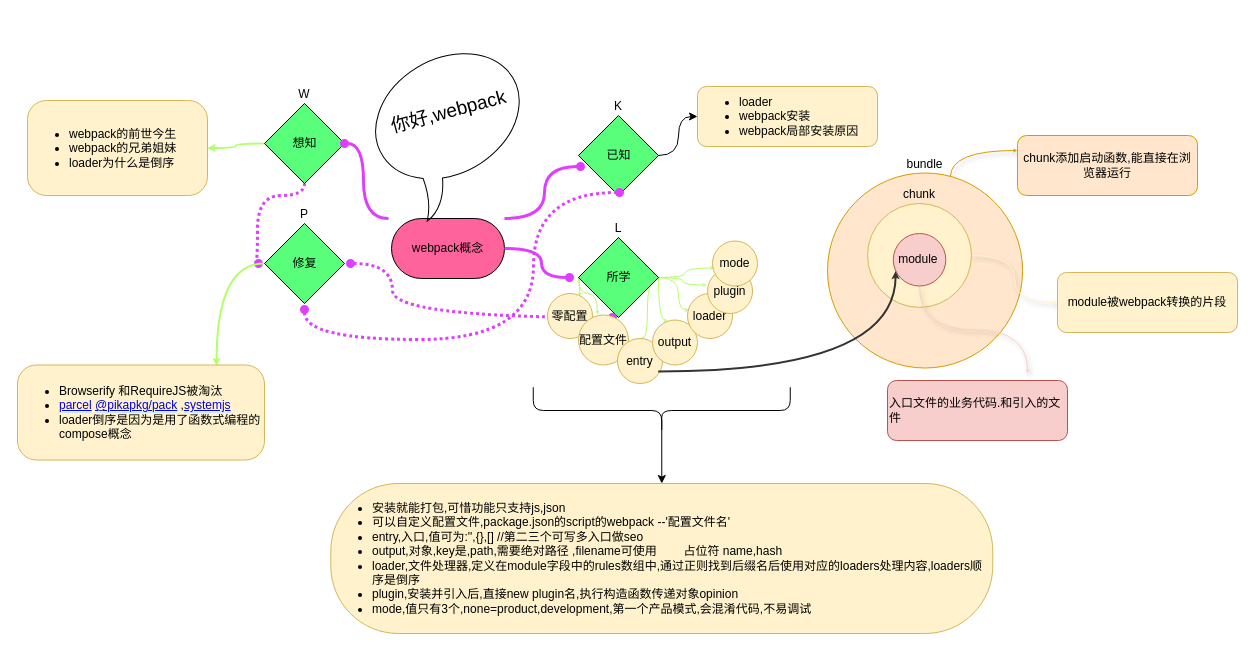
This is webpack核心概念梳理.drawio from cool-delete/-, a draw.io file, before an edit. Source tidied: cells renumbered, new cells numbered last; positions are measured from the earlier drawing's top-left corner, leaving out a move shared by most shapes. Both pictures are drawn from the tidied source at 100%, with x=0, y=0 at pixel (17, 50).
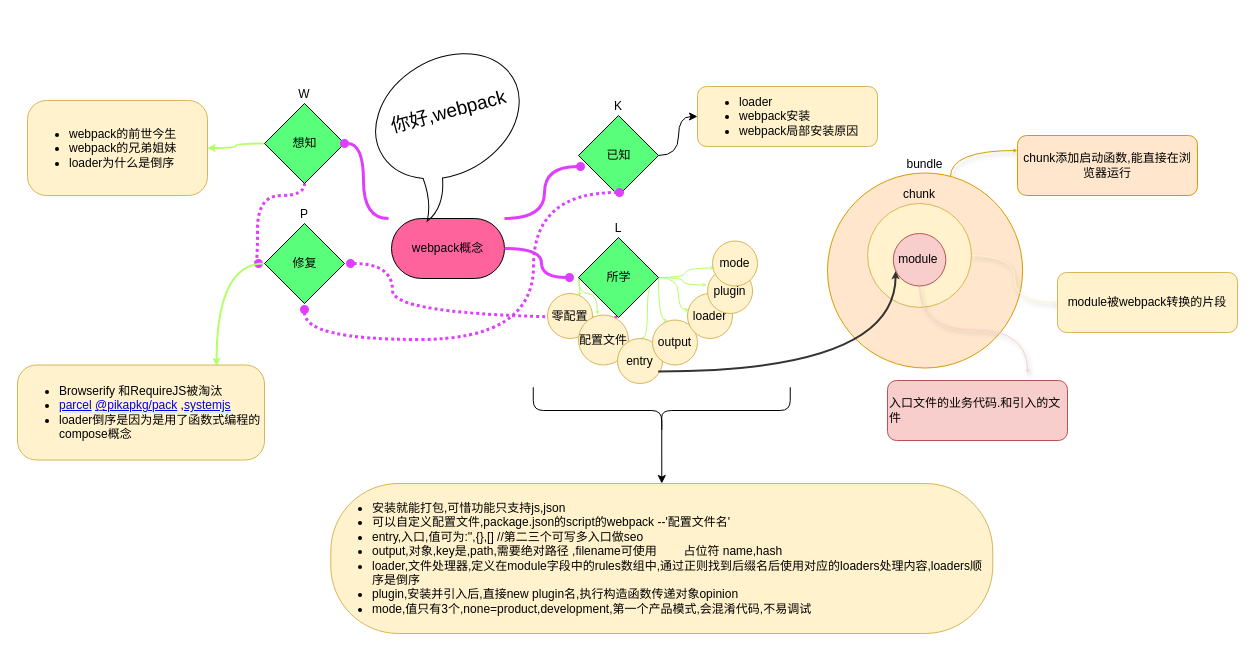
After the change.

Commit message:
更新webpack核心概念梳理.drawio

Unchanged cells that the change refers to:
```xml
<mxCell id="12" value="L" style="rhombus;whiteSpace=wrap;html=1;fillColor=#59FF7A;align=center;labelPosition=center;verticalLabelPosition=top;verticalAlign=bottom;" parent="1" vertex="1">
  <mxGeometry x="561" y="187" width="80" height="80" as="geometry" />
</mxCell>
<mxCell id="17" value="P" style="rhombus;whiteSpace=wrap;html=1;fillColor=#59FF7A;align=center;labelPosition=center;verticalLabelPosition=top;verticalAlign=bottom;" parent="1" vertex="1">
  <mxGeometry x="247" y="173" width="80" height="80" as="geometry" />
</mxCell>
```

Diff of the diagram source:
```diff
@@
-    <mxCell id="14" style="edgeStyle=orthogonalEdgeStyle;curved=1;rounded=0;jettySize=auto;html=1;dashed=1;dashPattern=1 1;startArrow=circle;startFill=1;startSize=0;endArrow=circle;endFill=1;endSize=0;targetPerimeterSpacing=3;strokeColor=#DF3DFF;strokeWidth=3;entryX=0.5;entryY=1;entryDx=0;entryDy=0;" parent="1" edge="1" source="17" target="12">
+    <mxCell id="14" style="edgeStyle=orthogonalEdgeStyle;curved=1;rounded=0;jettySize=auto;html=1;dashed=1;dashPattern=1 1;startArrow=circle;startFill=1;startSize=0;endArrow=none;endFill=0;endSize=0;targetPerimeterSpacing=3;strokeColor=#DF3DFF;strokeWidth=3;entryX=0.5;entryY=1;entryDx=0;entryDy=0;" parent="1" edge="1" source="17" target="12">
       <mxGeometry relative="1" as="geometry">
         <Array as="points">
           <mxPoint x="375" y="213" />
           <mxPoint x="375" y="267" />
         </Array>
       </mxGeometry>
     </mxCell>
```
